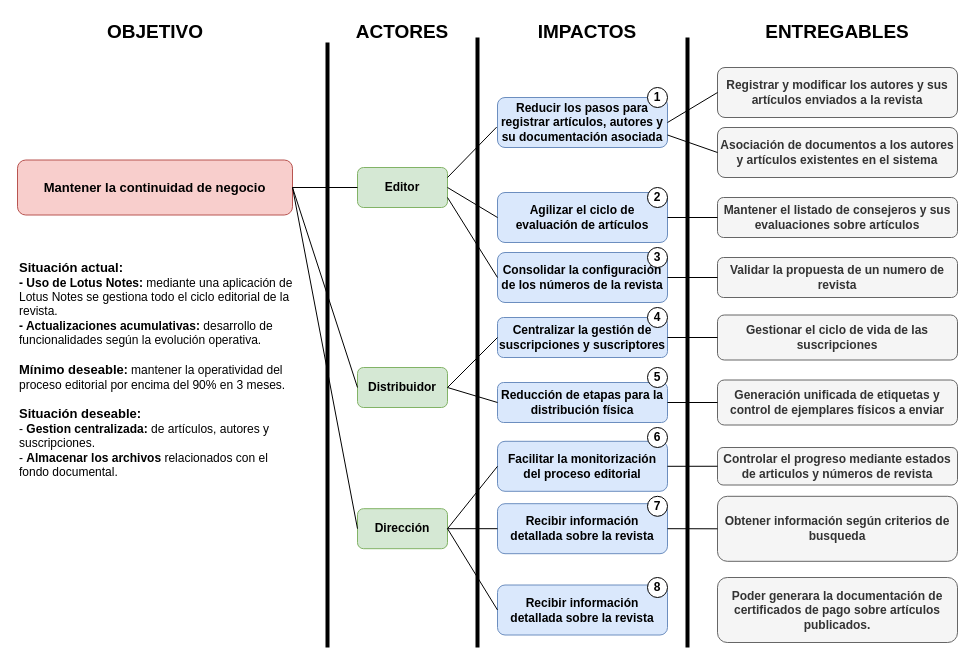
This is Diagramas/ImpactMap.drawio from antrequenamartinez/Octubre_Revista_Ejercito_WIKI, a draw.io file, before an edit. Source tidied: cells renumbered, new cells numbered last; positions are measured from the earlier drawing's top-left corner, leaving out a move shared by most shapes. Both pictures are drawn from the tidied source at 100%, with x=0, y=0 at pixel (17, 17).
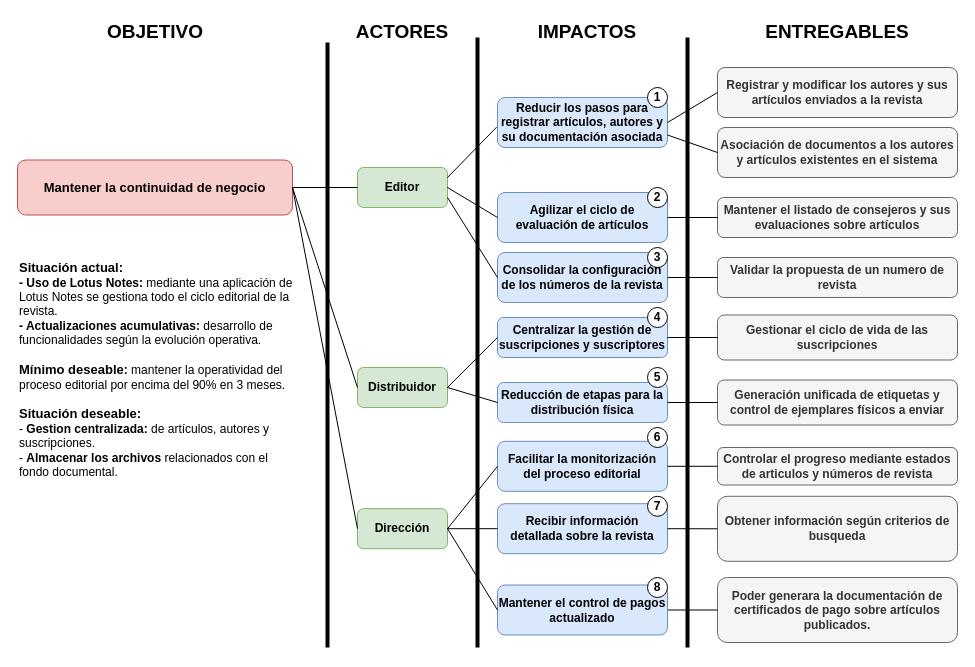
After the change.

Commit message:
Correccion ImpactMap

Unchanged cells that the change refers to:
```xml
<mxCell id="54" value="Poder generara la documentación de certificados de pago sobre artículos publicados." style="rounded=1;whiteSpace=wrap;html=1;fontStyle=1;fillColor=#f5f5f5;fontColor=#333333;strokeColor=#666666;" parent="1" vertex="1">
  <mxGeometry x="700" y="560" width="240" height="65" as="geometry" />
</mxCell>
```

The edit, as a diff of the source:
```diff
@@
+    <mxCell id="58" style="edgeStyle=orthogonalEdgeStyle;rounded=0;jettySize=auto;html=1;endArrow=none;startFill=0;" parent="1" edge="1" source="55" target="54">
+      <mxGeometry relative="1" as="geometry" />
+    </mxCell>
-    <mxCell id="55" value="Recibir información detallada sobre la revista" style="rounded=1;whiteSpace=wrap;html=1;fontStyle=1;fillColor=#dae8fc;strokeColor=#6c8ebf;" parent="1" vertex="1">
+    <mxCell id="55" value="Mantener el control de pagos actualizado" style="rounded=1;whiteSpace=wrap;html=1;fontStyle=1;fillColor=#dae8fc;strokeColor=#6c8ebf;" parent="1" vertex="1">
       <mxGeometry x="480" y="567.5" width="170" height="50" as="geometry" />
     </mxCell>
```
